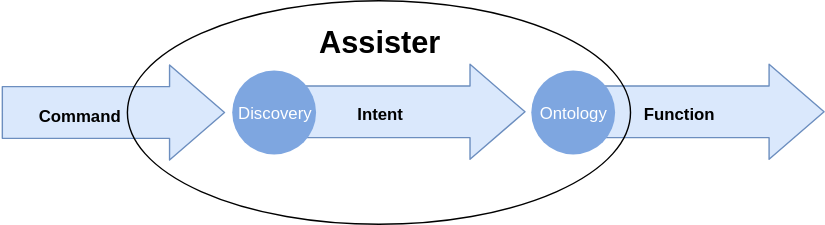
The draw.io diagram rfcs/text/assister-conception/overview.svg in keyvan-m-sadeghi/assister, before a commit. Source tidied: cells renumbered, new cells last; positions are measured from the earlier drawing's top-left corner, leaving out a move shared by most shapes.
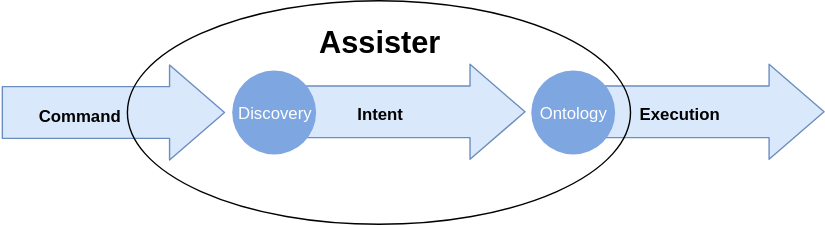
The same file after the commit.

Commit message:
Revise term for output, from function to execution

Change to the diagram source:
```diff
@@ -8,7 +8,7 @@
         <mxPoint x="589" y="79.5" as="targetPoint" />
       </mxGeometry>
     </mxCell>
-    <mxCell id="3" value="&lt;b&gt;Function&lt;/b&gt;" style="text;html=1;align=center;verticalAlign=middle;labelBackgroundColor=none;" parent="2" vertex="1">
+    <mxCell id="3" value="&lt;b&gt;Execution&lt;/b&gt;" style="text;html=1;align=center;verticalAlign=middle;labelBackgroundColor=none;" parent="2" vertex="1">
       <mxGeometry x="-0.3" y="-1" relative="1" as="geometry" />
     </mxCell>
     <mxCell id="4" value="&lt;font color=&quot;#ffffff&quot;&gt;Ontology&lt;/font&gt;" style="ellipse;whiteSpace=wrap;html=1;strokeColor=none;fillColor=#7EA6E0;" parent="1" vertex="1">
```
